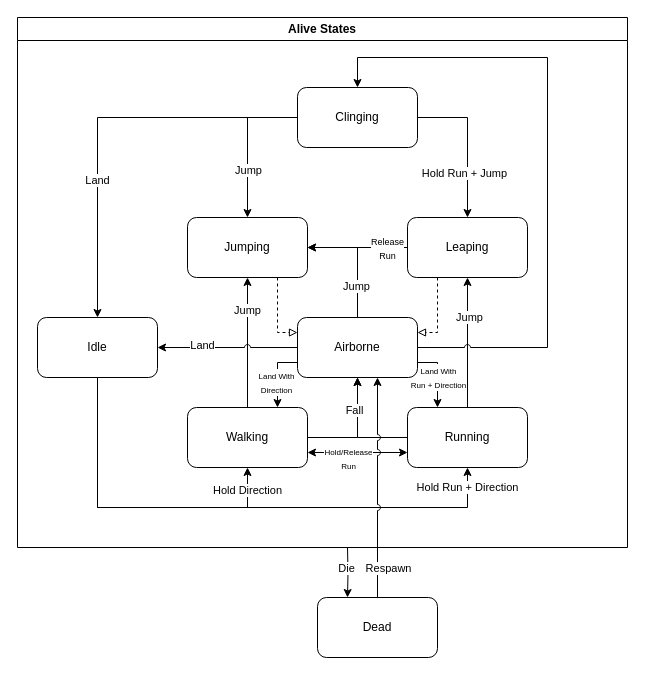
OutworldToast/gdsplatformer keeps this draw.io diagram as assets/state_machine.drawio. Above is the earlier version. Source tidied: cells renumbered, new cells numbered last; positions are measured from the earlier drawing's top-left corner, leaving out a move shared by most shapes. Both pictures are drawn from the tidied source at 100%, with x=0, y=0 at pixel (17, 17).
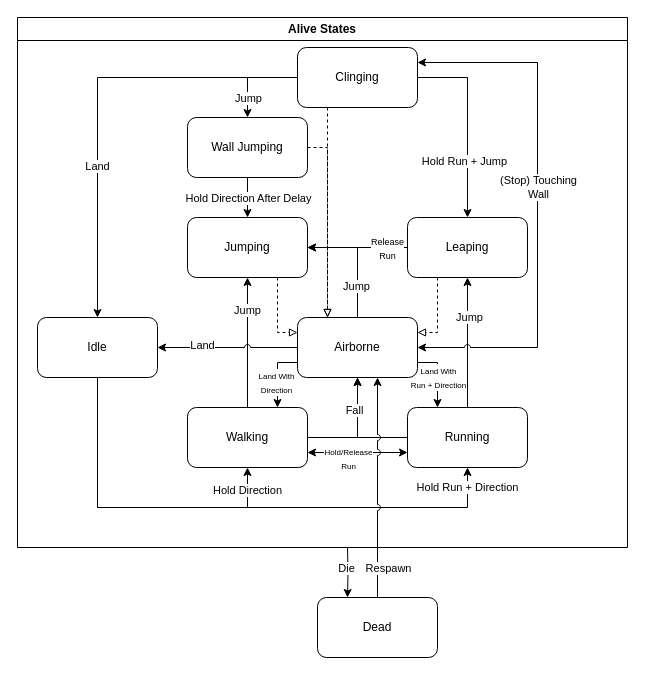
The same page after the edit.

Commit message (it also covers changes not shown here):
some comments/changes + update to diagram

Unchanged cells that the change refers to:
```xml
<mxCell id="19" value="Jumping" style="rounded=1;whiteSpace=wrap;html=1;" parent="1" vertex="1">
  <mxGeometry x="170" y="200" width="120" height="60" as="geometry" />
</mxCell>
<mxCell id="43" value="Airborne" style="rounded=1;whiteSpace=wrap;html=1;" parent="1" vertex="1">
  <mxGeometry x="280" y="300" width="120" height="60" as="geometry" />
</mxCell>
<mxCell id="46" value="Alive States" style="swimlane;whiteSpace=wrap;html=1;startSize=23;" parent="1" vertex="1">
  <mxGeometry width="610" height="530" as="geometry" />
</mxCell>
```

Change to the diagram source:
```diff
@@
-    <mxCell id="27" style="edgeStyle=orthogonalEdgeStyle;rounded=0;jettySize=auto;html=1;exitX=0;exitY=0.5;exitDx=0;exitDy=0;entryX=0.5;entryY=0;entryDx=0;entryDy=0;" parent="1" edge="1" source="33" target="19">
+    <mxCell id="27" style="edgeStyle=orthogonalEdgeStyle;rounded=0;jettySize=auto;html=1;exitX=0.5;exitY=1;exitDx=0;exitDy=0;entryX=0.5;entryY=0;entryDx=0;entryDy=0;" parent="1" edge="1" source="49" target="19">
       <mxGeometry relative="1" as="geometry" />
     </mxCell>
-    <mxCell id="28" value="Jump" style="edgeLabel;html=1;align=center;verticalAlign=middle;" parent="27" vertex="1">
-      <mxGeometry x="0.36" relative="1" as="geometry" />
-    </mxCell>
+    <mxCell id="47" value="Hold Direction After Delay" style="edgeLabel;html=1;align=center;verticalAlign=middle;" parent="27" vertex="1">
+      <mxGeometry x="-0.45" y="1" relative="1" as="geometry">
+        <mxPoint x="-1" y="9" as="offset" />
+      </mxGeometry>
+    </mxCell>
@@
-    <mxCell id="33" value="Clinging" style="rounded=1;whiteSpace=wrap;html=1;" parent="1" vertex="1">
-      <mxGeometry x="280" y="70" width="120" height="60" as="geometry" />
-    </mxCell>
@@
-    <mxCell id="38" style="edgeStyle=orthogonalEdgeStyle;rounded=0;jettySize=auto;html=1;exitX=1;exitY=0.5;exitDx=0;exitDy=0;entryX=0.5;entryY=0;entryDx=0;entryDy=0;jumpStyle=arc;" parent="1" edge="1" source="43" target="33">
+    <mxCell id="38" style="edgeStyle=orthogonalEdgeStyle;rounded=0;jettySize=auto;html=1;exitX=1;exitY=0.5;exitDx=0;exitDy=0;entryX=1;entryY=0.25;entryDx=0;entryDy=0;jumpStyle=arc;startArrow=classic;startFill=1;" parent="1" edge="1" source="43" target="33">
       <mxGeometry relative="1" as="geometry">
         <Array as="points">
-          <mxPoint x="530" y="330" />
-          <mxPoint x="530" y="40" />
-          <mxPoint x="340" y="40" />
+          <mxPoint x="520" y="330" />
+          <mxPoint x="520" y="45" />
         </Array>
       </mxGeometry>
     </mxCell>
+    <mxCell id="48" value="(Stop) Touching&lt;br&gt;Wall" style="edgeLabel;html=1;align=center;verticalAlign=middle;" parent="38" vertex="1">
+      <mxGeometry x="0.07" relative="1" as="geometry" />
+    </mxCell>
@@
+    <mxCell id="33" value="Clinging" style="rounded=1;whiteSpace=wrap;html=1;" parent="46" vertex="1">
+      <mxGeometry x="280" y="30" width="120" height="60" as="geometry" />
+    </mxCell>
+    <mxCell id="49" value="Wall Jumping" style="rounded=1;whiteSpace=wrap;html=1;" parent="46" vertex="1">
+      <mxGeometry x="170" y="100" width="120" height="60" as="geometry" />
+    </mxCell>
+    <mxCell id="50" style="edgeStyle=orthogonalEdgeStyle;rounded=0;jettySize=auto;html=1;exitX=0;exitY=0.5;exitDx=0;exitDy=0;entryX=0.5;entryY=0;entryDx=0;entryDy=0;" parent="46" edge="1" source="33" target="49">
+      <mxGeometry relative="1" as="geometry" />
+    </mxCell>
+    <mxCell id="28" value="Jump" style="edgeLabel;html=1;align=center;verticalAlign=middle;" parent="50" vertex="1">
+      <mxGeometry x="0.45" y="-2" relative="1" as="geometry">
+        <mxPoint x="2" y="5" as="offset" />
+      </mxGeometry>
+    </mxCell>
+    <mxCell id="51" style="edgeStyle=orthogonalEdgeStyle;rounded=0;jettySize=auto;html=1;exitX=0.25;exitY=1;exitDx=0;exitDy=0;entryX=0.25;entryY=0;entryDx=0;entryDy=0;dashed=1;endArrow=block;endFill=0;" parent="1" edge="1" source="33" target="43">
+      <mxGeometry relative="1" as="geometry" />
+    </mxCell>
+    <mxCell id="52" style="edgeStyle=orthogonalEdgeStyle;rounded=0;jettySize=auto;html=1;exitX=1;exitY=0.5;exitDx=0;exitDy=0;entryX=0.25;entryY=0;entryDx=0;entryDy=0;dashed=1;endArrow=block;endFill=0;" parent="1" edge="1" source="49" target="43">
+      <mxGeometry relative="1" as="geometry" />
+    </mxCell>
```
